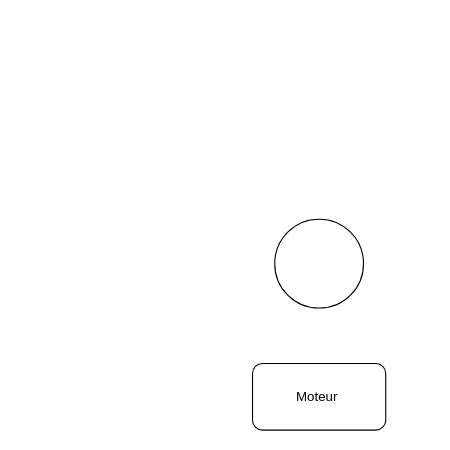
Earlier version of the draw.io diagram Diagramme sans nom.drawio (0reoAurelien/projet-hovercraft). Source tidied: cells renumbered, new cells numbered last; positions are measured from the earlier drawing's top-left corner, leaving out a move shared by most shapes. Both pictures are drawn from the tidied source at 111%, with x=0, y=0 at pixel (252, 219).
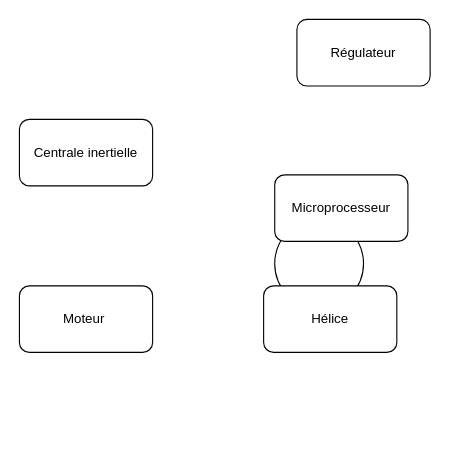
The same page after the edit.

The edit, as a diff of the source:
```diff
@@
 <mxGraphModel>
   <root>
     <mxCell id="0" />
     <mxCell id="1" parent="0" />
     <mxCell id="2" value="Moteur&amp;nbsp;" style="rounded=1;whiteSpace=wrap;html=1;" parent="1" vertex="1">
-      <mxGeometry y="130" width="120" height="60" as="geometry" />
+      <mxGeometry x="-210" y="60" width="120" height="60" as="geometry" />
     </mxCell>
+    <mxCell id="4" value="Centrale inertielle" style="rounded=1;whiteSpace=wrap;html=1;" parent="1" vertex="1">
+      <mxGeometry x="-210" y="-90" width="120" height="60" as="geometry" />
+    </mxCell>
     <mxCell id="3" style="ellipse;whiteSpace=wrap;html=1;" parent="1" vertex="1">
       <mxGeometry x="20" width="80" height="80" as="geometry" />
     </mxCell>
+    <mxCell id="5" value="Microprocesseur" style="rounded=1;whiteSpace=wrap;html=1;" parent="1" vertex="1">
+      <mxGeometry x="20" y="-40" width="120" height="60" as="geometry" />
+    </mxCell>
+    <mxCell id="6" value="Hélice" style="rounded=1;whiteSpace=wrap;html=1;" parent="1" vertex="1">
+      <mxGeometry x="10" y="60" width="120" height="60" as="geometry" />
+    </mxCell>
+    <mxCell id="7" value="Régulateur" style="rounded=1;whiteSpace=wrap;html=1;" parent="1" vertex="1">
+      <mxGeometry x="40" y="-180" width="120" height="60" as="geometry" />
+    </mxCell>
   </root>
 </mxGraphModel>
```
